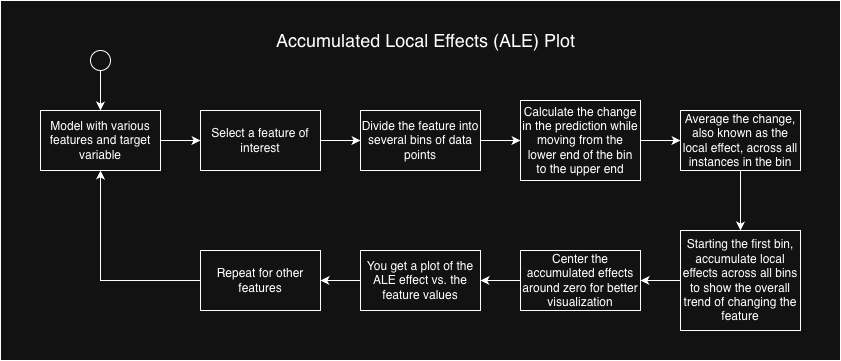
Above: human-ai/human_ai_interaction_ale.png in andrewcxjin/aipi590-xai (draw.io), before the change. Source tidied: cells renumbered, new cells last; positions are measured from the earlier drawing's top-left corner, leaving out a move shared by most shapes.
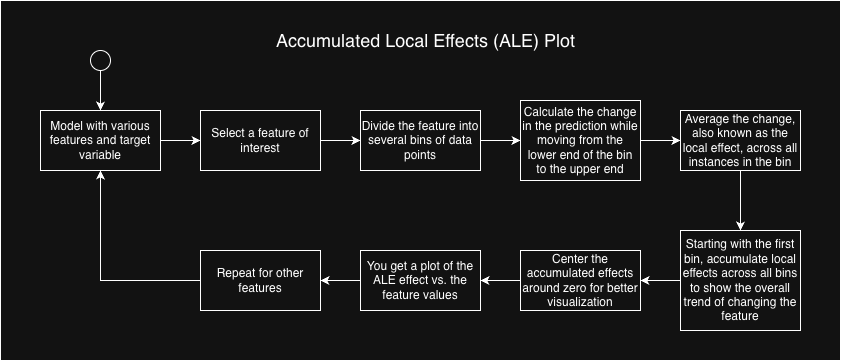
The same file after the commit.

Commit message:
Explanation 2 for Human-AI Interaction assignment

The edit, as a diff of the source:
```diff
@@ -38,7 +38,7 @@
     <mxCell id="13" style="edgeStyle=orthogonalEdgeStyle;rounded=0;jettySize=auto;html=1;exitX=0;exitY=0.5;exitDx=0;exitDy=0;entryX=1;entryY=0.5;entryDx=0;entryDy=0;" parent="1" edge="1" source="14" target="16">
       <mxGeometry relative="1" as="geometry" />
     </mxCell>
-    <mxCell id="14" value="Starting the first bin, accumulate local effects across all bins to show the overall trend of changing the feature" style="rounded=0;whiteSpace=wrap;html=1;" parent="1" vertex="1">
+    <mxCell id="14" value="Starting with the first bin, accumulate local effects across all bins to show the overall trend of changing the feature" style="rounded=0;whiteSpace=wrap;html=1;" parent="1" vertex="1">
       <mxGeometry x="680" y="230" width="120" height="100" as="geometry" />
     </mxCell>
     <mxCell id="15" style="edgeStyle=orthogonalEdgeStyle;rounded=0;jettySize=auto;html=1;exitX=0;exitY=0.5;exitDx=0;exitDy=0;entryX=1;entryY=0.5;entryDx=0;entryDy=0;" parent="1" edge="1" source="16" target="18">
```
